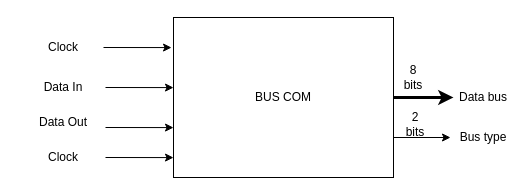
This is Images/IO.drawio from PGE-M2SME/08_BUS_COM, a draw.io file, before an edit. Source tidied: cells renumbered, new cells numbered last; positions are measured from the earlier drawing's top-left corner, leaving out a move shared by most shapes. Both pictures are drawn from the tidied source at 100%, with x=0, y=0 at pixel (33, 17).
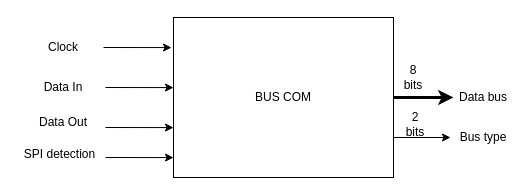
The same diagram, later.

What changed in the source:
```diff
@@
-    <mxCell id="12" value="Clock" style="text;html=1;strokeColor=none;fillColor=none;align=center;verticalAlign=middle;whiteSpace=wrap;rounded=0;" parent="1" vertex="1">
-      <mxGeometry x="10" y="130" width="40" height="20" as="geometry" />
+    <mxCell id="12" value="SPI detection" style="text;html=1;strokeColor=none;fillColor=none;align=center;verticalAlign=middle;whiteSpace=wrap;rounded=0;" parent="1" vertex="1">
+      <mxGeometry x="-16" y="130" width="85" height="14" as="geometry" />
     </mxCell>
```
